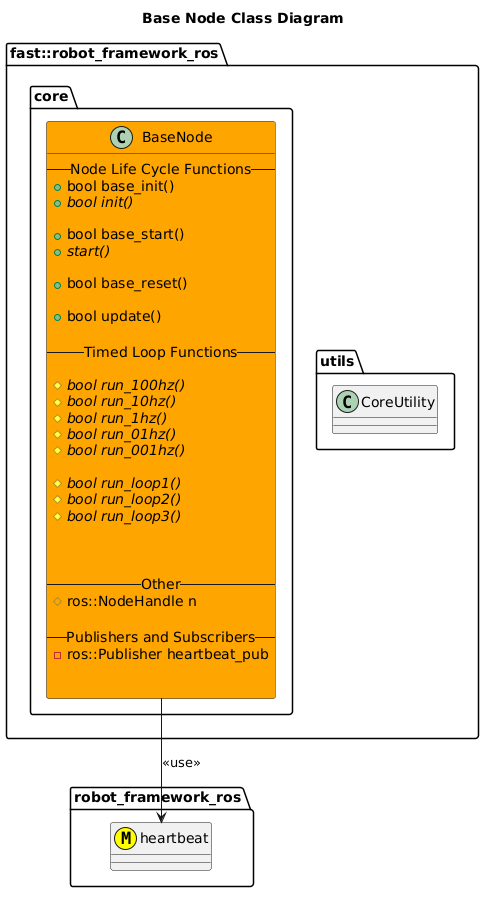
This is include/robot_framework_ros/doc/puml/BaseNodeClassDiagram.png from fastrobotics/robot_framework_ros, a PlantUML export, as it was before one commit.
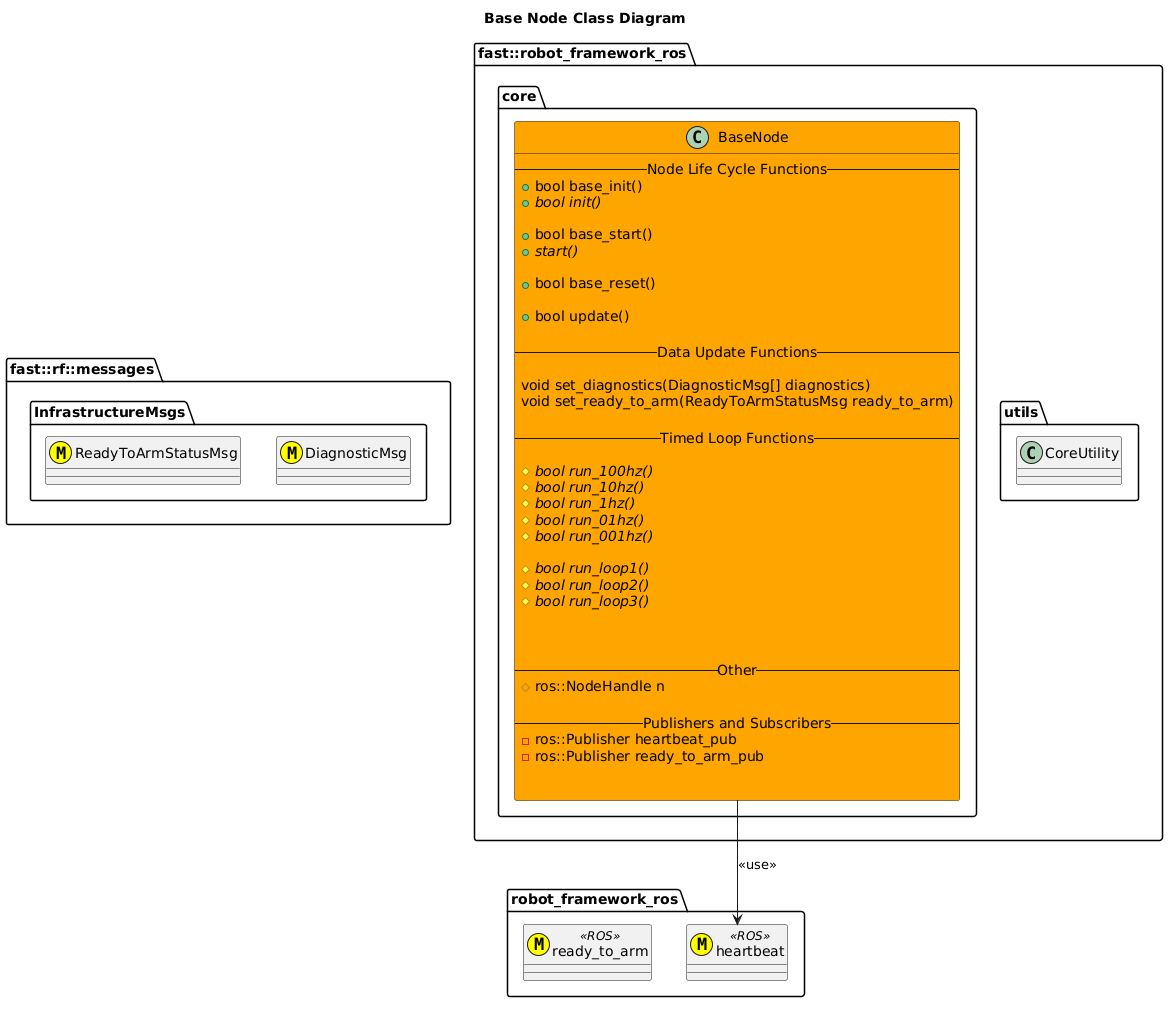
After the commit.

Diff of the diagram source:
```diff
@@ -1,7 +1,14 @@
 @startuml
 title Base Node Class Diagram
+namespace fast::rf::messages {
+    namespace InfrastructureMsgs {
+        class DiagnosticMsg <<(M,#FFFF00)>>
+        class ReadyToArmStatusMsg <<(M,#FFFF00)>>
+    }
+}
 namespace robot_framework_ros {
-    class heartbeat <<(M,#FFFF00)>>
+    class heartbeat <<(M,#FFFF00)>> <<ROS>>
+    class ready_to_arm <<(M,#FFFF00)>> <<ROS>>
 }
 namespace fast::robot_framework_ros {
     namespace utils {
@@ -19,6 +26,11 @@
             +bool base_reset()
 
             +bool update()
+
+            --Data Update Functions--
+
+            void set_diagnostics(DiagnosticMsg[] diagnostics)
+            void set_ready_to_arm(ReadyToArmStatusMsg ready_to_arm)
 
             --Timed Loop Functions--
 
@@ -39,6 +51,7 @@
 
             --Publishers and Subscribers--
             -ros::Publisher heartbeat_pub
+            -ros::Publisher ready_to_arm_pub
 
 
         }
```
